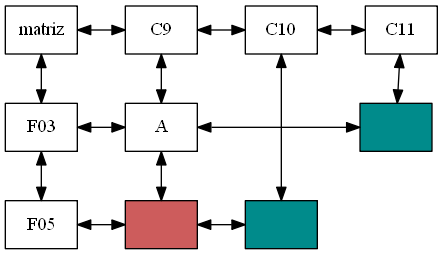
Earlier version of the Graphviz export Reportes/Matriz.png (hr9457/EDD_1S2020_PY1_201314296). Its source is kept beside it as ArchivosDot/Matriz.dot.
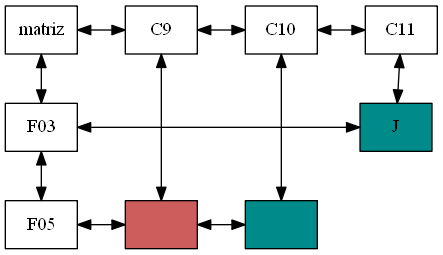
After the change.

The edit, as a diff of the source:
```diff
@@ -2,9 +2,9 @@
 graph [ranksep="0.5", nodesep="0.5"];
 node [shape=record];
 matriz[group = columna];
-C90[group =3,label="C9"];
-C100[group =4,label="C10"];
-C110[group =5,label="C11"];
+C90[group =4,label="C9"];
+C100[group =5,label="C10"];
+C110[group =6,label="C11"];
 C90->C100->C110[dir=both];
 {rank = same; matriz;C90;C100;C110}
 matriz->C90[dir=both];
@@ -14,17 +14,16 @@
 F03->F05[dir=both];
 matriz->F03[dir=both];
 
-F03->nodo93A->nodo1130[dir=both];
-{rank = same; F03;nodo93A;nodo1130;}
+F03->nodo113J[dir=both];
+{rank = same; F03;nodo113J;}
 F05->nodo950->nodo1050[dir=both];
 {rank = same; F05;nodo950;nodo1050;}
 
-nodo93A[group =0,label="A"];
 nodo950[group =0,label="",style=filled,fillcolor="Indianred"];
-C90->nodo93A->nodo950[dir=both];
+C90->nodo950[dir=both];
 nodo1050[group =1,label="",style=filled,fillcolor="cyan4"];
 C100->nodo1050[dir=both];
-nodo1130[group =2,label="",style=filled,fillcolor="cyan4"];
-C110->nodo1130[dir=both];
+nodo113J[group =2,label="J",style=filled,fillcolor="cyan4"];
+C110->nodo113J[dir=both];
 
 }
```
